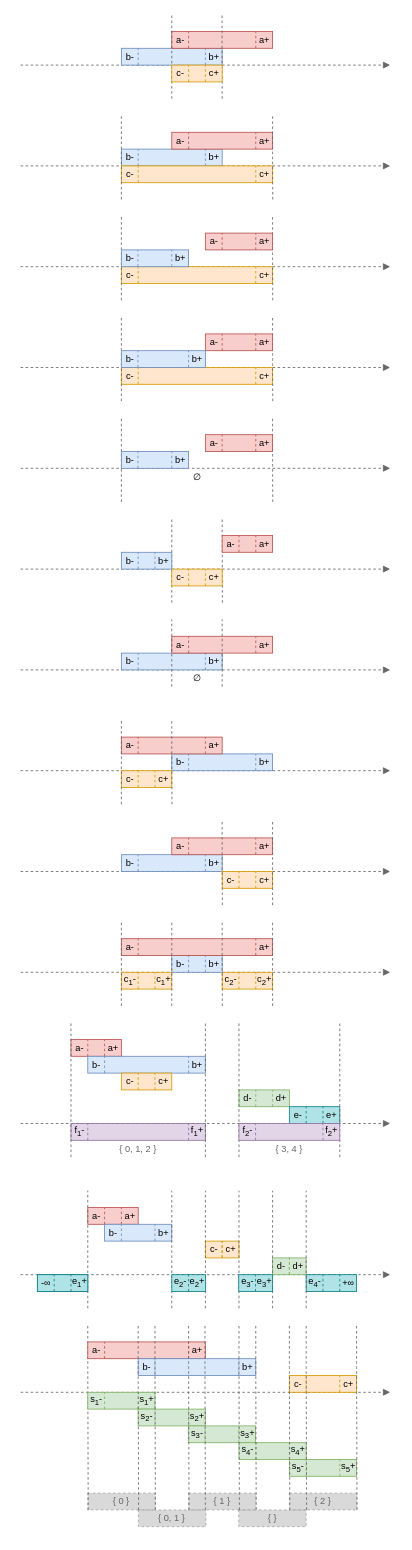
Before: page "Algorithms" (5 of 7) of res/resources.drawio in gchudnov/mindthegap, a draw.io diagram. Source tidied: cells renumbered, new cells numbered last; positions are measured from the earlier drawing's top-left corner, leaving out a move shared by most shapes. Both pictures are drawn from the tidied source at 84%, with x=0, y=0 at pixel (20, 14).
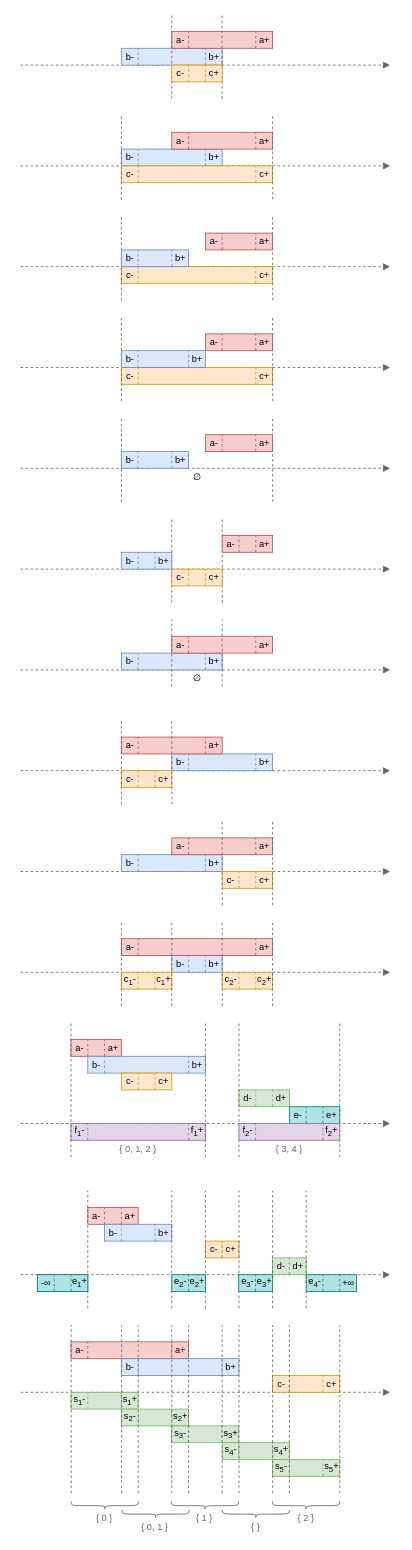
The same page after the edit.

The edit, as a diff of the source:
```diff
@@
-    <mxCell id="2" style="rounded=0;whiteSpace=wrap;html=1;dashed=1;strokeColor=#666666;fillStyle=solid;fillColor=#B3B3B3;fontSize=7;opacity=50;" parent="1" vertex="1">
-      <mxGeometry x="259.7" y="1780" width="80.3" height="20" as="geometry" />
-    </mxCell>
-    <mxCell id="3" style="rounded=0;whiteSpace=wrap;html=1;dashed=1;strokeColor=#666666;fillStyle=solid;fillColor=#B3B3B3;fontSize=7;opacity=50;" parent="1" vertex="1">
-      <mxGeometry x="140.3" y="1780" width="80.3" height="20" as="geometry" />
-    </mxCell>
-    <mxCell id="4" style="rounded=0;whiteSpace=wrap;html=1;dashed=1;strokeColor=#666666;fillStyle=solid;fillColor=#B3B3B3;fontSize=7;opacity=50;" parent="1" vertex="1">
-      <mxGeometry x="80" y="1760" width="80.3" height="20" as="geometry" />
-    </mxCell>
-    <mxCell id="5" style="rounded=0;whiteSpace=wrap;html=1;dashed=1;strokeColor=#666666;fillStyle=solid;fillColor=#B3B3B3;fontSize=7;opacity=50;" parent="1" vertex="1">
-      <mxGeometry x="200" y="1760" width="80.3" height="20" as="geometry" />
-    </mxCell>
-    <mxCell id="6" style="rounded=0;whiteSpace=wrap;html=1;dashed=1;strokeColor=#666666;fillStyle=solid;fillColor=#B3B3B3;fontSize=7;opacity=50;" parent="1" vertex="1">
-      <mxGeometry x="320" y="1760" width="80.3" height="20" as="geometry" />
-    </mxCell>
@@
-    <mxCell id="314" style="endArrow=none;dashed=1;html=1;strokeWidth=1;fontSize=11;fillColor=#f5f5f5;strokeColor=#666666;" parent="1" edge="1">
-      <mxGeometry relative="1" as="geometry">
-        <mxPoint x="80.5" y="1780" as="sourcePoint" />
-        <mxPoint x="80" y="1560" as="targetPoint" />
-        <Array as="points">
-          <mxPoint x="80" y="1610" />
-        </Array>
-      </mxGeometry>
-    </mxCell>
     <mxCell id="315" style="group;" parent="1" vertex="1">
-      <mxGeometry x="80" y="1640" width="80" height="20" as="geometry" />
+      <mxGeometry x="60" y="1640" width="80" height="20" as="geometry" />
     </mxCell>
@@
     <mxCell id="321" style="group;" parent="1" vertex="1">
-      <mxGeometry x="140" y="1660" width="80" height="20" as="geometry" />
+      <mxGeometry x="120" y="1660" width="80" height="20" as="geometry" />
     </mxCell>
@@
     <mxCell id="327" style="group;" parent="1" vertex="1">
-      <mxGeometry x="199.7" y="1680" width="80" height="20" as="geometry" />
+      <mxGeometry x="179.7" y="1680" width="80" height="20" as="geometry" />
     </mxCell>
@@
     <mxCell id="333" style="group;" parent="1" vertex="1">
-      <mxGeometry x="260" y="1700" width="80" height="20" as="geometry" />
+      <mxGeometry x="240" y="1700" width="80" height="20" as="geometry" />
     </mxCell>
@@
     <mxCell id="339" style="group;" parent="1" vertex="1">
-      <mxGeometry x="320" y="1720" width="80" height="20" as="geometry" />
+      <mxGeometry x="300" y="1720" width="80" height="20" as="geometry" />
     </mxCell>
@@
     <mxCell id="345" style="group;" parent="1" vertex="1">
-      <mxGeometry x="320" y="1620" width="80" height="20" as="geometry" />
+      <mxGeometry x="300" y="1620" width="80" height="20" as="geometry" />
     </mxCell>
@@
     <mxCell id="351" style="group;" parent="1" vertex="1">
-      <mxGeometry x="80" y="1580" width="140" height="20" as="geometry" />
+      <mxGeometry x="60" y="1580" width="140" height="20" as="geometry" />
     </mxCell>
@@
     <mxCell id="357" style="group;" parent="1" vertex="1">
-      <mxGeometry x="140" y="1600" width="140" height="20" as="geometry" />
+      <mxGeometry x="120" y="1600" width="140" height="20" as="geometry" />
     </mxCell>
@@
+    <mxCell id="376" style="endArrow=none;dashed=1;html=1;strokeWidth=1;fontSize=11;fillColor=#f5f5f5;strokeColor=#666666;" parent="1" edge="1">
+      <mxGeometry relative="1" as="geometry">
+        <mxPoint x="380" y="1760" as="sourcePoint" />
+        <mxPoint x="380" y="1560" as="targetPoint" />
+        <Array as="points">
+          <mxPoint x="380" y="1610" />
+        </Array>
+      </mxGeometry>
+    </mxCell>
+    <mxCell id="377" style="endArrow=none;dashed=1;html=1;strokeWidth=1;fontSize=11;fillColor=#f5f5f5;strokeColor=#666666;" parent="1" edge="1">
+      <mxGeometry relative="1" as="geometry">
+        <mxPoint x="300" y="1760" as="sourcePoint" />
+        <mxPoint x="300" y="1560" as="targetPoint" />
+        <Array as="points">
+          <mxPoint x="300" y="1610" />
+        </Array>
+      </mxGeometry>
+    </mxCell>
+    <mxCell id="378" style="endArrow=none;dashed=1;html=1;strokeWidth=1;fontSize=11;fillColor=#f5f5f5;strokeColor=#666666;" parent="1" edge="1">
+      <mxGeometry relative="1" as="geometry">
+        <mxPoint x="240" y="1760" as="sourcePoint" />
+        <mxPoint x="240" y="1560" as="targetPoint" />
+        <Array as="points">
+          <mxPoint x="240" y="1610" />
+        </Array>
+      </mxGeometry>
+    </mxCell>
+    <mxCell id="379" style="endArrow=none;dashed=1;html=1;strokeWidth=1;fontSize=11;fillColor=#f5f5f5;strokeColor=#666666;" parent="1" edge="1">
+      <mxGeometry relative="1" as="geometry">
+        <mxPoint x="320" y="1760" as="sourcePoint" />
+        <mxPoint x="320" y="1560" as="targetPoint" />
+        <Array as="points">
+          <mxPoint x="320" y="1610" />
+        </Array>
+      </mxGeometry>
+    </mxCell>
+    <mxCell id="380" style="endArrow=none;dashed=1;html=1;strokeWidth=1;fontSize=11;fillColor=#f5f5f5;strokeColor=#666666;" parent="1" edge="1">
+      <mxGeometry relative="1" as="geometry">
+        <mxPoint x="260" y="1760" as="sourcePoint" />
+        <mxPoint x="260" y="1560" as="targetPoint" />
+        <Array as="points">
+          <mxPoint x="260" y="1610" />
+        </Array>
+      </mxGeometry>
+    </mxCell>
+    <mxCell id="381" style="endArrow=none;dashed=1;html=1;strokeWidth=1;fontSize=11;fillColor=#f5f5f5;strokeColor=#666666;" parent="1" edge="1">
+      <mxGeometry relative="1" as="geometry">
+        <mxPoint x="200" y="1760" as="sourcePoint" />
+        <mxPoint x="200" y="1560" as="targetPoint" />
+        <Array as="points">
+          <mxPoint x="200" y="1610" />
+        </Array>
+      </mxGeometry>
+    </mxCell>
+    <mxCell id="382" style="endArrow=none;dashed=1;html=1;strokeWidth=1;fontSize=11;fillColor=#f5f5f5;strokeColor=#666666;" parent="1" edge="1">
+      <mxGeometry relative="1" as="geometry">
+        <mxPoint x="180" y="1760" as="sourcePoint" />
+        <mxPoint x="180" y="1560" as="targetPoint" />
+        <Array as="points">
+          <mxPoint x="180" y="1610" />
+        </Array>
+      </mxGeometry>
+    </mxCell>
+    <mxCell id="383" style="endArrow=none;dashed=1;html=1;strokeWidth=1;fontSize=11;fillColor=#f5f5f5;strokeColor=#666666;" parent="1" edge="1">
+      <mxGeometry relative="1" as="geometry">
+        <mxPoint x="140" y="1760" as="sourcePoint" />
+        <mxPoint x="140" y="1560" as="targetPoint" />
+        <Array as="points">
+          <mxPoint x="140" y="1610" />
+        </Array>
+      </mxGeometry>
+    </mxCell>
+    <mxCell id="384" style="endArrow=none;dashed=1;html=1;strokeWidth=1;fontSize=11;fillColor=#f5f5f5;strokeColor=#666666;" parent="1" edge="1">
+      <mxGeometry relative="1" as="geometry">
+        <mxPoint x="120.3" y="1760" as="sourcePoint" />
+        <mxPoint x="120.3" y="1560" as="targetPoint" />
+        <Array as="points">
+          <mxPoint x="120.3" y="1610" />
+        </Array>
+      </mxGeometry>
+    </mxCell>
+    <mxCell id="385" style="endArrow=none;dashed=1;html=1;strokeWidth=1;fontSize=11;fillColor=#f5f5f5;strokeColor=#666666;" parent="1" edge="1">
+      <mxGeometry relative="1" as="geometry">
+        <mxPoint x="60.3" y="1760" as="sourcePoint" />
+        <mxPoint x="60.3" y="1560" as="targetPoint" />
+        <Array as="points">
+          <mxPoint x="60.3" y="1610" />
+        </Array>
+      </mxGeometry>
+    </mxCell>
+    <mxCell id="386" style="shape=curlyBracket;whiteSpace=wrap;html=1;rounded=1;flipH=1;labelPosition=right;verticalLabelPosition=middle;align=left;verticalAlign=middle;fillStyle=solid;strokeColor=#666666;fontSize=8;fillColor=none;direction=north;flipV=0;" parent="1" vertex="1">
+      <mxGeometry x="60.3" y="1770" width="79.7" height="10" as="geometry" />
+    </mxCell>
+    <mxCell id="387" style="shape=curlyBracket;whiteSpace=wrap;html=1;rounded=1;flipH=1;labelPosition=right;verticalLabelPosition=middle;align=left;verticalAlign=middle;fillStyle=solid;strokeColor=#666666;fontSize=8;fillColor=none;direction=north;flipV=0;" parent="1" vertex="1">
+      <mxGeometry x="120.8" y="1780" width="79.7" height="10" as="geometry" />
+    </mxCell>
+    <mxCell id="388" style="shape=curlyBracket;whiteSpace=wrap;html=1;rounded=1;flipH=1;labelPosition=right;verticalLabelPosition=middle;align=left;verticalAlign=middle;fillStyle=solid;strokeColor=#666666;fontSize=8;fillColor=none;direction=north;flipV=0;" parent="1" vertex="1">
+      <mxGeometry x="179.7" y="1770" width="79.7" height="10" as="geometry" />
+    </mxCell>
+    <mxCell id="389" style="shape=curlyBracket;whiteSpace=wrap;html=1;rounded=1;flipH=1;labelPosition=right;verticalLabelPosition=middle;align=left;verticalAlign=middle;fillStyle=solid;strokeColor=#666666;fontSize=8;fillColor=none;direction=north;flipV=0;" parent="1" vertex="1">
+      <mxGeometry x="240.3" y="1780" width="79.7" height="10" as="geometry" />
+    </mxCell>
+    <mxCell id="390" style="shape=curlyBracket;whiteSpace=wrap;html=1;rounded=1;flipH=1;labelPosition=right;verticalLabelPosition=middle;align=left;verticalAlign=middle;fillStyle=solid;strokeColor=#666666;fontSize=8;fillColor=none;direction=north;flipV=0;" parent="1" vertex="1">
+      <mxGeometry x="300" y="1770" width="79.7" height="10" as="geometry" />
+    </mxCell>
-    <mxCell id="363" value="{ 0 }" style="text;html=1;strokeColor=none;fillColor=none;align=center;verticalAlign=middle;whiteSpace=wrap;rounded=0;fontColor=#666666;fontSize=11;" parent="1" vertex="1">
-      <mxGeometry x="90" y="1760" width="60" height="20" as="geometry" />
+    <mxCell id="363" value="{ 0&amp;nbsp;}" style="text;html=1;strokeColor=none;fillColor=none;align=center;verticalAlign=middle;whiteSpace=wrap;rounded=0;fontColor=#666666;fontSize=11;" parent="1" vertex="1">
+      <mxGeometry x="60" y="1780" width="80" height="20" as="geometry" />
     </mxCell>
     <mxCell id="364" value="{ 0, 1 }" style="text;html=1;strokeColor=none;fillColor=none;align=center;verticalAlign=middle;whiteSpace=wrap;rounded=0;fontColor=#666666;fontSize=11;" parent="1" vertex="1">
-      <mxGeometry x="150.4" y="1780" width="60" height="20" as="geometry" />
+      <mxGeometry x="120" y="1790" width="80" height="20" as="geometry" />
     </mxCell>
     <mxCell id="365" value="{ 1 }" style="text;html=1;strokeColor=none;fillColor=none;align=center;verticalAlign=middle;whiteSpace=wrap;rounded=0;fontColor=#666666;fontSize=11;" parent="1" vertex="1">
-      <mxGeometry x="209.7" y="1760" width="60" height="20" as="geometry" />
+      <mxGeometry x="179.4" y="1780" width="80" height="20" as="geometry" />
     </mxCell>
     <mxCell id="366" value="{ }" style="text;html=1;strokeColor=none;fillColor=none;align=center;verticalAlign=middle;whiteSpace=wrap;rounded=0;fontColor=#666666;fontSize=11;" parent="1" vertex="1">
-      <mxGeometry x="269.7" y="1780" width="60" height="20" as="geometry" />
+      <mxGeometry x="240" y="1790" width="80" height="20" as="geometry" />
     </mxCell>
     <mxCell id="367" value="{ 2 }" style="text;html=1;strokeColor=none;fillColor=none;align=center;verticalAlign=middle;whiteSpace=wrap;rounded=0;fontColor=#666666;fontSize=11;" parent="1" vertex="1">
-      <mxGeometry x="330" y="1760" width="60" height="20" as="geometry" />
+      <mxGeometry x="299.7" y="1780" width="80" height="20" as="geometry" />
     </mxCell>
-    <mxCell id="368" style="endArrow=none;dashed=1;html=1;strokeWidth=1;fontSize=11;fillColor=#f5f5f5;strokeColor=#666666;" parent="1" edge="1">
-      <mxGeometry relative="1" as="geometry">
-        <mxPoint x="160.5" y="1780" as="sourcePoint" />
-        <mxPoint x="160" y="1560" as="targetPoint" />
-        <Array as="points">
-          <mxPoint x="160" y="1610" />
-        </Array>
-      </mxGeometry>
-    </mxCell>
-    <mxCell id="369" style="endArrow=none;dashed=1;html=1;strokeWidth=1;fontSize=11;fillColor=#f5f5f5;strokeColor=#666666;" parent="1" edge="1">
-      <mxGeometry relative="1" as="geometry">
-        <mxPoint x="140.5" y="1780" as="sourcePoint" />
-        <mxPoint x="140" y="1560" as="targetPoint" />
-        <Array as="points">
-          <mxPoint x="140" y="1610" />
-        </Array>
-      </mxGeometry>
-    </mxCell>
-    <mxCell id="370" style="endArrow=none;dashed=1;html=1;strokeWidth=1;fontSize=11;fillColor=#f5f5f5;strokeColor=#666666;" parent="1" edge="1">
-      <mxGeometry relative="1" as="geometry">
-        <mxPoint x="200.5" y="1780" as="sourcePoint" />
-        <mxPoint x="200" y="1560" as="targetPoint" />
-        <Array as="points">
-          <mxPoint x="200" y="1610" />
-        </Array>
-      </mxGeometry>
-    </mxCell>
-    <mxCell id="371" style="endArrow=none;dashed=1;html=1;strokeWidth=1;fontSize=11;fillColor=#f5f5f5;strokeColor=#666666;" parent="1" edge="1">
-      <mxGeometry relative="1" as="geometry">
-        <mxPoint x="220" y="1780" as="sourcePoint" />
-        <mxPoint x="219.5" y="1560" as="targetPoint" />
-        <Array as="points">
-          <mxPoint x="219.5" y="1610" />
-        </Array>
-      </mxGeometry>
-    </mxCell>
-    <mxCell id="372" style="endArrow=none;dashed=1;html=1;strokeWidth=1;fontSize=11;fillColor=#f5f5f5;strokeColor=#666666;" parent="1" edge="1">
-      <mxGeometry relative="1" as="geometry">
-        <mxPoint x="260.5" y="1780" as="sourcePoint" />
-        <mxPoint x="260" y="1560" as="targetPoint" />
-        <Array as="points">
-          <mxPoint x="260" y="1610" />
-        </Array>
-      </mxGeometry>
-    </mxCell>
-    <mxCell id="373" style="endArrow=none;dashed=1;html=1;strokeWidth=1;fontSize=11;fillColor=#f5f5f5;strokeColor=#666666;" parent="1" edge="1">
-      <mxGeometry relative="1" as="geometry">
-        <mxPoint x="280.5" y="1780" as="sourcePoint" />
-        <mxPoint x="280" y="1560" as="targetPoint" />
-        <Array as="points">
-          <mxPoint x="280" y="1610" />
-        </Array>
-      </mxGeometry>
-    </mxCell>
-    <mxCell id="374" style="endArrow=none;dashed=1;html=1;strokeWidth=1;fontSize=11;fillColor=#f5f5f5;strokeColor=#666666;" parent="1" edge="1">
-      <mxGeometry relative="1" as="geometry">
-        <mxPoint x="320.5" y="1780" as="sourcePoint" />
-        <mxPoint x="320" y="1560" as="targetPoint" />
-        <Array as="points">
-          <mxPoint x="320" y="1610" />
-        </Array>
-      </mxGeometry>
-    </mxCell>
-    <mxCell id="375" style="endArrow=none;dashed=1;html=1;strokeWidth=1;fontSize=11;fillColor=#f5f5f5;strokeColor=#666666;" parent="1" edge="1">
-      <mxGeometry relative="1" as="geometry">
-        <mxPoint x="340.5" y="1780" as="sourcePoint" />
-        <mxPoint x="340" y="1560" as="targetPoint" />
-        <Array as="points">
-          <mxPoint x="340" y="1610" />
-        </Array>
-      </mxGeometry>
-    </mxCell>
-    <mxCell id="376" style="endArrow=none;dashed=1;html=1;strokeWidth=1;fontSize=11;fillColor=#f5f5f5;strokeColor=#666666;" parent="1" edge="1">
-      <mxGeometry relative="1" as="geometry">
-        <mxPoint x="400.5" y="1780" as="sourcePoint" />
-        <mxPoint x="400" y="1560" as="targetPoint" />
-        <Array as="points">
-          <mxPoint x="400" y="1610" />
-        </Array>
-      </mxGeometry>
-    </mxCell>
```
